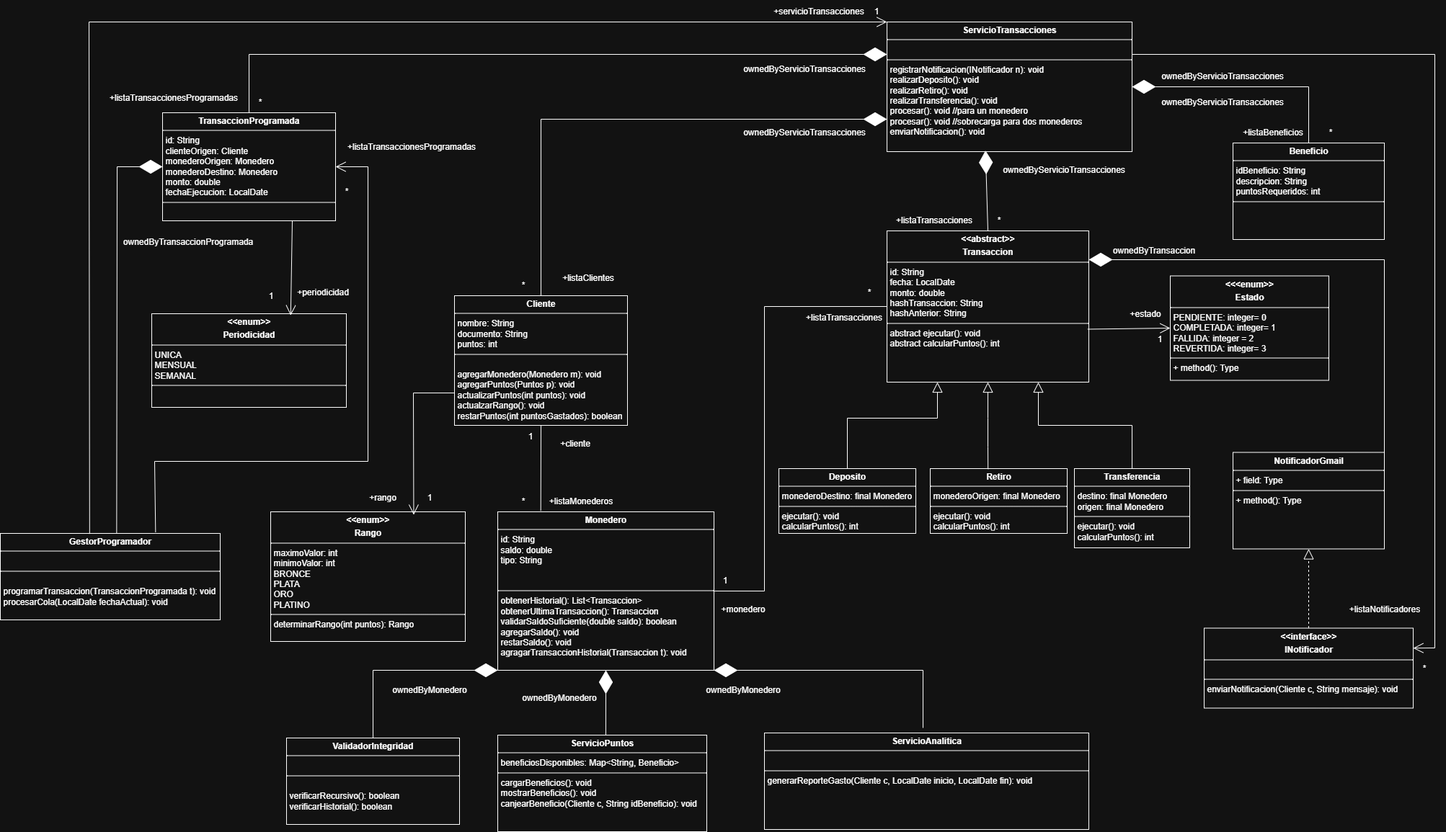
MiguelGarciaVilla/ProyectoFinalMonedero keeps this draw.io diagram as Diagrama UML.png. Above is the earlier version. Source tidied: cells renumbered, new cells last; positions are measured from the earlier drawing's top-left corner, leaving out a move shared by most shapes.
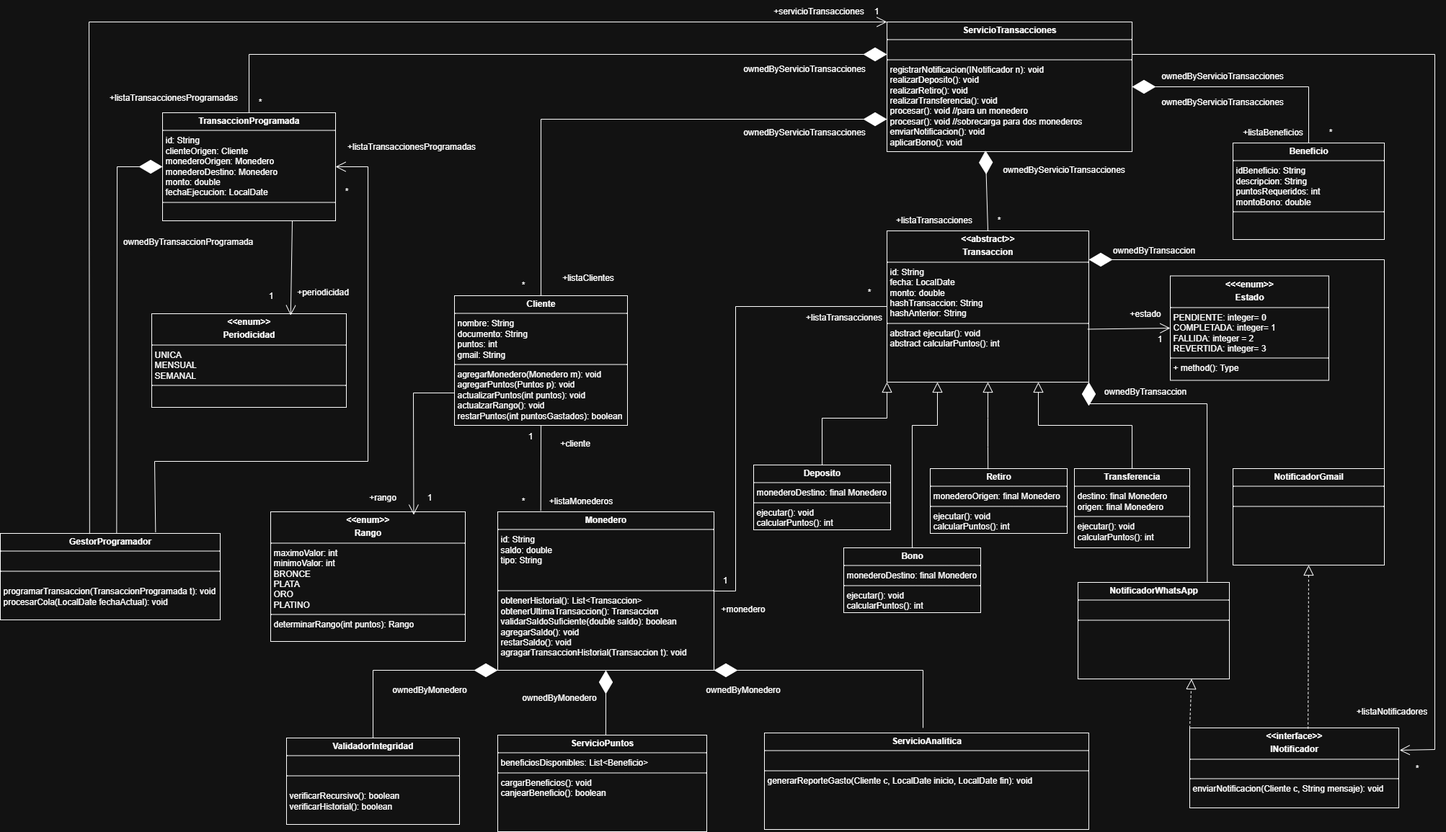
Above is the later version.

Diff of the diagram source:
```diff
@@ -4,6 +4,6 @@
     <mxCell id="1" parent="0" />
-    <mxCell id="2" value="&lt;p style=&quot;margin:0px;margin-top:4px;text-align:center;&quot;&gt;&lt;b&gt;ServicioTransacciones&lt;/b&gt;&lt;/p&gt;&lt;hr size=&quot;1&quot; style=&quot;border-style:solid;&quot;&gt;&lt;p style=&quot;margin:0px;margin-left:4px;&quot;&gt;&lt;br&gt;&lt;/p&gt;&lt;hr size=&quot;1&quot; style=&quot;border-style:solid;&quot;&gt;&lt;p style=&quot;margin:0px;margin-left:4px;&quot;&gt;registrarNotificacion(INotificador n): void&lt;/p&gt;&lt;p style=&quot;margin:0px;margin-left:4px;&quot;&gt;realizarDeposito(): void&lt;/p&gt;&lt;p style=&quot;margin:0px;margin-left:4px;&quot;&gt;realizarRetiro(): void&lt;/p&gt;&lt;p style=&quot;margin:0px;margin-left:4px;&quot;&gt;realizarTransferencia(): void&lt;/p&gt;&lt;p style=&quot;margin:0px;margin-left:4px;&quot;&gt;procesar(): void //para un monedero&lt;/p&gt;&lt;p style=&quot;margin:0px;margin-left:4px;&quot;&gt;procesar(): void //sobrecarga para dos monederos&lt;/p&gt;&lt;p style=&quot;margin:0px;margin-left:4px;&quot;&gt;enviarNotificacion(): void&lt;/p&gt;&lt;p style=&quot;margin:0px;margin-left:4px;&quot;&gt;&lt;br&gt;&lt;/p&gt;" style="verticalAlign=top;align=left;overflow=fill;html=1;whiteSpace=wrap;" parent="1" vertex="1">
+    <mxCell id="2" value="&lt;p style=&quot;margin:0px;margin-top:4px;text-align:center;&quot;&gt;&lt;b&gt;ServicioTransacciones&lt;/b&gt;&lt;/p&gt;&lt;hr size=&quot;1&quot; style=&quot;border-style:solid;&quot;&gt;&lt;p style=&quot;margin:0px;margin-left:4px;&quot;&gt;&lt;br&gt;&lt;/p&gt;&lt;hr size=&quot;1&quot; style=&quot;border-style:solid;&quot;&gt;&lt;p style=&quot;margin:0px;margin-left:4px;&quot;&gt;registrarNotificacion(INotificador n): void&lt;/p&gt;&lt;p style=&quot;margin:0px;margin-left:4px;&quot;&gt;realizarDeposito(): void&lt;/p&gt;&lt;p style=&quot;margin:0px;margin-left:4px;&quot;&gt;realizarRetiro(): void&lt;/p&gt;&lt;p style=&quot;margin:0px;margin-left:4px;&quot;&gt;realizarTransferencia(): void&lt;/p&gt;&lt;p style=&quot;margin:0px;margin-left:4px;&quot;&gt;procesar(): void //para un monedero&lt;/p&gt;&lt;p style=&quot;margin:0px;margin-left:4px;&quot;&gt;procesar(): void //sobrecarga para dos monederos&lt;/p&gt;&lt;p style=&quot;margin:0px;margin-left:4px;&quot;&gt;enviarNotificacion(): void&lt;/p&gt;&lt;p style=&quot;margin:0px;margin-left:4px;&quot;&gt;aplicarBono(): void&lt;/p&gt;&lt;p style=&quot;margin:0px;margin-left:4px;&quot;&gt;&lt;br&gt;&lt;/p&gt;" style="verticalAlign=top;align=left;overflow=fill;html=1;whiteSpace=wrap;" parent="1" vertex="1">
       <mxGeometry x="1230" y="30" width="340" height="180" as="geometry" />
     </mxCell>
-    <mxCell id="3" value="&lt;p style=&quot;margin:0px;margin-top:4px;text-align:center;&quot;&gt;&lt;b&gt;Cliente&lt;/b&gt;&lt;/p&gt;&lt;hr size=&quot;1&quot; style=&quot;border-style:solid;&quot;&gt;&lt;p style=&quot;margin:0px;margin-left:4px;&quot;&gt;nombre: String&lt;/p&gt;&lt;p style=&quot;margin:0px;margin-left:4px;&quot;&gt;documento: String&lt;/p&gt;&lt;p style=&quot;margin:0px;margin-left:4px;&quot;&gt;puntos: int&lt;/p&gt;&lt;hr size=&quot;1&quot; style=&quot;border-style:solid;&quot;&gt;&lt;p style=&quot;margin:0px;margin-left:4px;&quot;&gt;&lt;br&gt;&lt;/p&gt;&lt;p style=&quot;margin:0px;margin-left:4px;&quot;&gt;agregarMonedero(Monedero m): void&lt;/p&gt;&lt;p style=&quot;margin:0px;margin-left:4px;&quot;&gt;agregarPuntos(Puntos p): void&lt;/p&gt;&lt;p style=&quot;margin:0px;margin-left:4px;&quot;&gt;actualizarPuntos(int puntos): void&lt;/p&gt;&lt;p style=&quot;margin:0px;margin-left:4px;&quot;&gt;actualzarRango(): void&lt;/p&gt;&lt;p style=&quot;margin:0px;margin-left:4px;&quot;&gt;restarPuntos(int puntosGastados): boolean&amp;nbsp;&lt;/p&gt;&lt;p style=&quot;margin:0px;margin-left:4px;&quot;&gt;&lt;br&gt;&lt;/p&gt;" style="verticalAlign=top;align=left;overflow=fill;html=1;whiteSpace=wrap;" parent="1" vertex="1">
+    <mxCell id="3" value="&lt;p style=&quot;margin:0px;margin-top:4px;text-align:center;&quot;&gt;&lt;b&gt;Cliente&lt;/b&gt;&lt;/p&gt;&lt;hr size=&quot;1&quot; style=&quot;border-style:solid;&quot;&gt;&lt;p style=&quot;margin:0px;margin-left:4px;&quot;&gt;nombre: String&lt;/p&gt;&lt;p style=&quot;margin:0px;margin-left:4px;&quot;&gt;documento: String&lt;/p&gt;&lt;p style=&quot;margin:0px;margin-left:4px;&quot;&gt;puntos: int&lt;/p&gt;&lt;p style=&quot;margin:0px;margin-left:4px;&quot;&gt;gmail: String&lt;/p&gt;&lt;hr size=&quot;1&quot; style=&quot;border-style:solid;&quot;&gt;&lt;p style=&quot;margin:0px;margin-left:4px;&quot;&gt;&lt;span style=&quot;background-color: transparent; color: light-dark(rgb(0, 0, 0), rgb(255, 255, 255));&quot;&gt;agregarMonedero(Monedero m): void&lt;/span&gt;&lt;/p&gt;&lt;p style=&quot;margin:0px;margin-left:4px;&quot;&gt;agregarPuntos(Puntos p): void&lt;/p&gt;&lt;p style=&quot;margin:0px;margin-left:4px;&quot;&gt;actualizarPuntos(int puntos): void&lt;/p&gt;&lt;p style=&quot;margin:0px;margin-left:4px;&quot;&gt;actualzarRango(): void&lt;/p&gt;&lt;p style=&quot;margin:0px;margin-left:4px;&quot;&gt;restarPuntos(int puntosGastados): boolean&amp;nbsp;&lt;/p&gt;&lt;p style=&quot;margin:0px;margin-left:4px;&quot;&gt;&lt;br&gt;&lt;/p&gt;" style="verticalAlign=top;align=left;overflow=fill;html=1;whiteSpace=wrap;" parent="1" vertex="1">
       <mxGeometry x="630" y="410" width="240" height="180" as="geometry" />
@@ -23,3 +23,3 @@
     <mxCell id="8" value="&lt;p style=&quot;margin:0px;margin-top:4px;text-align:center;&quot;&gt;&lt;b&gt;Deposito&lt;/b&gt;&lt;/p&gt;&lt;hr size=&quot;1&quot; style=&quot;border-style:solid;&quot;&gt;&lt;p style=&quot;margin:0px;margin-left:4px;&quot;&gt;monederoDestino: final Monedero&lt;/p&gt;&lt;hr size=&quot;1&quot; style=&quot;border-style:solid;&quot;&gt;&lt;p style=&quot;margin:0px;margin-left:4px;&quot;&gt;ejecutar(): void&lt;/p&gt;&lt;p style=&quot;margin:0px;margin-left:4px;&quot;&gt;calcularPuntos(): int&lt;/p&gt;" style="verticalAlign=top;align=left;overflow=fill;html=1;whiteSpace=wrap;" parent="1" vertex="1">
-      <mxGeometry x="1080" y="650" width="190" height="90" as="geometry" />
+      <mxGeometry x="1045" y="645" width="190" height="90" as="geometry" />
     </mxCell>
@@ -34,7 +34,7 @@
     </mxCell>
-    <mxCell id="12" style="endArrow=block;endFill=0;endSize=12;html=1;rounded=0;entryX=0.25;entryY=1;entryDx=0;entryDy=0;exitX=0.5;exitY=0;exitDx=0;exitDy=0;" parent="1" edge="1" source="8" target="4">
+    <mxCell id="12" style="endArrow=block;endFill=0;endSize=12;html=1;rounded=0;entryX=0;entryY=1;entryDx=0;entryDy=0;exitX=0.5;exitY=0;exitDx=0;exitDy=0;" parent="1" edge="1" source="8" target="4">
       <mxGeometry relative="1" as="geometry">
         <Array as="points">
-          <mxPoint x="1175" y="580" />
-          <mxPoint x="1300" y="580" />
+          <mxPoint x="1140" y="580" />
+          <mxPoint x="1230" y="580" />
         </Array>
@@ -95,4 +95,4 @@
         <Array as="points">
-          <mxPoint x="1060" y="820" />
-          <mxPoint x="1060" y="425" />
+          <mxPoint x="1020" y="820" />
+          <mxPoint x="1020" y="425" />
         </Array>
@@ -112,12 +112,12 @@
     </mxCell>
-    <mxCell id="30" value="&lt;p style=&quot;margin:0px;margin-top:4px;text-align:center;&quot;&gt;&lt;b&gt;NotificadorGmail&lt;/b&gt;&lt;/p&gt;&lt;hr size=&quot;1&quot; style=&quot;border-style:solid;&quot;&gt;&lt;p style=&quot;margin:0px;margin-left:4px;&quot;&gt;+ field: Type&lt;/p&gt;&lt;hr size=&quot;1&quot; style=&quot;border-style:solid;&quot;&gt;&lt;p style=&quot;margin:0px;margin-left:4px;&quot;&gt;+ method(): Type&lt;/p&gt;" style="verticalAlign=top;align=left;overflow=fill;html=1;whiteSpace=wrap;" parent="1" vertex="1">
-      <mxGeometry x="1710" y="627.5" width="210" height="134" as="geometry" />
+    <mxCell id="30" value="&lt;p style=&quot;margin:0px;margin-top:4px;text-align:center;&quot;&gt;&lt;b&gt;NotificadorGmail&lt;/b&gt;&lt;/p&gt;&lt;hr size=&quot;1&quot; style=&quot;border-style:solid;&quot;&gt;&lt;p style=&quot;margin:0px;margin-left:4px;&quot;&gt;&lt;br&gt;&lt;/p&gt;&lt;hr size=&quot;1&quot; style=&quot;border-style:solid;&quot;&gt;&lt;p style=&quot;margin:0px;margin-left:4px;&quot;&gt;&lt;br&gt;&lt;/p&gt;" style="verticalAlign=top;align=left;overflow=fill;html=1;whiteSpace=wrap;" parent="1" vertex="1">
+      <mxGeometry x="1710" y="650" width="210" height="134" as="geometry" />
     </mxCell>
     <mxCell id="31" value="&lt;p style=&quot;margin:0px;margin-top:4px;text-align:center;&quot;&gt;&lt;b&gt;&amp;lt;&amp;lt;interface&amp;gt;&amp;gt;&lt;/b&gt;&lt;/p&gt;&lt;p style=&quot;margin:0px;margin-top:4px;text-align:center;&quot;&gt;&lt;b&gt;INotificador&lt;/b&gt;&lt;/p&gt;&lt;hr size=&quot;1&quot; style=&quot;border-style:solid;&quot;&gt;&lt;p style=&quot;margin:0px;margin-left:4px;&quot;&gt;&lt;br&gt;&lt;/p&gt;&lt;hr size=&quot;1&quot; style=&quot;border-style:solid;&quot;&gt;&lt;p style=&quot;margin:0px;margin-left:4px;&quot;&gt;enviarNotificacion(Cliente c, String mensaje): void&lt;/p&gt;" style="verticalAlign=top;align=left;overflow=fill;html=1;whiteSpace=wrap;" parent="1" vertex="1">
-      <mxGeometry x="1670" y="871.5" width="290" height="111" as="geometry" />
+      <mxGeometry x="1650" y="1010" width="290" height="111" as="geometry" />
     </mxCell>
-    <mxCell id="32" style="endArrow=block;endFill=0;endSize=12;html=1;rounded=0;entryX=0.5;entryY=1;entryDx=0;entryDy=0;exitX=0.5;exitY=0;exitDx=0;exitDy=0;dashed=1;" parent="1" edge="1" source="31" target="30">
+    <mxCell id="32" style="endArrow=block;endFill=0;endSize=12;html=1;rounded=0;entryX=0.5;entryY=1;entryDx=0;entryDy=0;dashed=1;exitX=0.566;exitY=0.01;exitDx=0;exitDy=0;exitPerimeter=0;" parent="1" edge="1" source="31" target="30">
       <mxGeometry relative="1" as="geometry" />
     </mxCell>
-    <mxCell id="33" style="endArrow=open;endFill=1;endSize=12;html=1;rounded=0;entryX=1;entryY=0.25;entryDx=0;entryDy=0;exitX=1;exitY=0.25;exitDx=0;exitDy=0;startArrow=none;startFill=0;startSize=30;" parent="1" edge="1" source="2" target="31">
+    <mxCell id="33" style="endArrow=open;endFill=1;endSize=12;html=1;rounded=0;entryX=1.004;entryY=0.279;entryDx=0;entryDy=0;exitX=1;exitY=0.25;exitDx=0;exitDy=0;startArrow=none;startFill=0;startSize=30;entryPerimeter=0;" parent="1" edge="1" source="2" target="31">
       <mxGeometry relative="1" as="geometry">
@@ -125,3 +125,3 @@
           <mxPoint x="1990" y="75" />
-          <mxPoint x="1990" y="899" />
+          <mxPoint x="1990" y="1040" />
         </Array>
@@ -130,6 +130,6 @@
     <mxCell id="34" value="+listaNotificadores" style="text;html=1;align=center;verticalAlign=middle;strokeColor=none;fillColor=none;" parent="1" vertex="1">
-      <mxGeometry x="1860" y="830" width="120" height="30" as="geometry" />
+      <mxGeometry x="1870" y="972" width="120" height="30" as="geometry" />
     </mxCell>
     <mxCell id="35" value="*" style="text;html=1;align=center;verticalAlign=middle;strokeColor=none;fillColor=none;" parent="1" vertex="1">
-      <mxGeometry x="1960" y="912" width="30" height="30" as="geometry" />
+      <mxGeometry x="1950" y="1050.5" width="30" height="30" as="geometry" />
     </mxCell>
@@ -138,6 +138,6 @@
     </mxCell>
-    <mxCell id="37" value="&lt;p style=&quot;margin:0px;margin-top:4px;text-align:center;&quot;&gt;&lt;b&gt;Beneficio&lt;/b&gt;&lt;/p&gt;&lt;hr size=&quot;1&quot; style=&quot;border-style:solid;&quot;&gt;&lt;p style=&quot;margin:0px;margin-left:4px;&quot;&gt;idBeneficio: String&lt;/p&gt;&lt;p style=&quot;margin:0px;margin-left:4px;&quot;&gt;descripcion: String&lt;/p&gt;&lt;p style=&quot;margin:0px;margin-left:4px;&quot;&gt;puntosRequeridos: int&lt;/p&gt;&lt;hr size=&quot;1&quot; style=&quot;border-style:solid;&quot;&gt;&lt;p style=&quot;margin:0px;margin-left:4px;&quot;&gt;&lt;br&gt;&lt;/p&gt;" style="verticalAlign=top;align=left;overflow=fill;html=1;whiteSpace=wrap;" parent="1" vertex="1">
+    <mxCell id="37" value="&lt;p style=&quot;margin:0px;margin-top:4px;text-align:center;&quot;&gt;&lt;b&gt;Beneficio&lt;/b&gt;&lt;/p&gt;&lt;hr size=&quot;1&quot; style=&quot;border-style:solid;&quot;&gt;&lt;p style=&quot;margin:0px;margin-left:4px;&quot;&gt;idBeneficio: String&lt;/p&gt;&lt;p style=&quot;margin:0px;margin-left:4px;&quot;&gt;descripcion: String&lt;/p&gt;&lt;p style=&quot;margin:0px;margin-left:4px;&quot;&gt;puntosRequeridos: int&lt;/p&gt;&lt;p style=&quot;margin:0px;margin-left:4px;&quot;&gt;montoBono: double&lt;/p&gt;&lt;hr size=&quot;1&quot; style=&quot;border-style:solid;&quot;&gt;&lt;p style=&quot;margin:0px;margin-left:4px;&quot;&gt;&lt;br&gt;&lt;/p&gt;" style="verticalAlign=top;align=left;overflow=fill;html=1;whiteSpace=wrap;" parent="1" vertex="1">
       <mxGeometry x="1710" y="198" width="210" height="134" as="geometry" />
     </mxCell>
-    <mxCell id="38" value="&lt;p style=&quot;margin:0px;margin-top:4px;text-align:center;&quot;&gt;&lt;b&gt;ServicioPuntos&lt;/b&gt;&lt;/p&gt;&lt;hr size=&quot;1&quot; style=&quot;border-style:solid;&quot;&gt;&lt;p style=&quot;margin:0px;margin-left:4px;&quot;&gt;beneficiosDisponibles: Map&amp;lt;String, Beneficio&amp;gt;&lt;/p&gt;&lt;hr size=&quot;1&quot; style=&quot;border-style:solid;&quot;&gt;&lt;p style=&quot;margin:0px;margin-left:4px;&quot;&gt;cargarBeneficios(): void&lt;/p&gt;&lt;p style=&quot;margin:0px;margin-left:4px;&quot;&gt;mostrarBeneficios(): void&lt;/p&gt;&lt;p style=&quot;margin:0px;margin-left:4px;&quot;&gt;canjearBeneficio(Cliente c, String idBeneficio): void&lt;/p&gt;&lt;p style=&quot;margin:0px;margin-left:4px;&quot;&gt;&lt;br&gt;&lt;/p&gt;" style="verticalAlign=top;align=left;overflow=fill;html=1;whiteSpace=wrap;" parent="1" vertex="1">
+    <mxCell id="38" value="&lt;p style=&quot;margin:0px;margin-top:4px;text-align:center;&quot;&gt;&lt;b&gt;ServicioPuntos&lt;/b&gt;&lt;/p&gt;&lt;hr size=&quot;1&quot; style=&quot;border-style:solid;&quot;&gt;&lt;p style=&quot;margin:0px;margin-left:4px;&quot;&gt;beneficiosDisponibles: List&amp;lt;Beneficio&amp;gt;&lt;/p&gt;&lt;hr size=&quot;1&quot; style=&quot;border-style:solid;&quot;&gt;&lt;p style=&quot;margin:0px;margin-left:4px;&quot;&gt;cargarBeneficios(): void&lt;/p&gt;&lt;p style=&quot;margin:0px;margin-left:4px;&quot;&gt;canjearBeneficio(): boolean&lt;/p&gt;&lt;p style=&quot;margin:0px;margin-left:4px;&quot;&gt;&lt;br&gt;&lt;/p&gt;" style="verticalAlign=top;align=left;overflow=fill;html=1;whiteSpace=wrap;" parent="1" vertex="1">
       <mxGeometry x="690" y="1020" width="290" height="134" as="geometry" />
@@ -305,2 +305,30 @@
     </mxCell>
+    <mxCell id="79" value="&lt;p style=&quot;margin:0px;margin-top:4px;text-align:center;&quot;&gt;&lt;b&gt;NotificadorWhatsApp&lt;/b&gt;&lt;/p&gt;&lt;hr size=&quot;1&quot; style=&quot;border-style:solid;&quot;&gt;&lt;p style=&quot;margin:0px;margin-left:4px;&quot;&gt;&lt;br&gt;&lt;/p&gt;&lt;hr size=&quot;1&quot; style=&quot;border-style:solid;&quot;&gt;&lt;p style=&quot;margin:0px;margin-left:4px;&quot;&gt;&lt;br&gt;&lt;/p&gt;" style="verticalAlign=top;align=left;overflow=fill;html=1;whiteSpace=wrap;" parent="1" vertex="1">
+      <mxGeometry x="1495" y="808" width="210" height="134" as="geometry" />
+    </mxCell>
+    <mxCell id="80" style="endArrow=diamondThin;endFill=1;endSize=30;html=1;rounded=0;exitX=0.854;exitY=0.002;exitDx=0;exitDy=0;entryX=1;entryY=1;entryDx=0;entryDy=0;exitPerimeter=0;" parent="1" edge="1" source="79" target="4">
+      <mxGeometry relative="1" as="geometry">
+        <Array as="points">
+          <mxPoint x="1674" y="560" />
+          <mxPoint x="1510" y="560" />
+        </Array>
+      </mxGeometry>
+    </mxCell>
+    <mxCell id="81" value="ownedByTransaccion" style="text;html=1;align=center;verticalAlign=middle;strokeColor=none;fillColor=none;" parent="1" vertex="1">
+      <mxGeometry x="1518" y="527.5" width="140" height="30" as="geometry" />
+    </mxCell>
+    <mxCell id="82" style="endArrow=block;endFill=0;endSize=12;html=1;rounded=0;entryX=0.75;entryY=1;entryDx=0;entryDy=0;exitX=0;exitY=0;exitDx=0;exitDy=0;dashed=1;" parent="1" edge="1" source="31" target="79">
+      <mxGeometry relative="1" as="geometry" />
+    </mxCell>
+    <mxCell id="83" value="&lt;p style=&quot;margin:0px;margin-top:4px;text-align:center;&quot;&gt;&lt;b&gt;Bono&lt;/b&gt;&lt;/p&gt;&lt;hr size=&quot;1&quot; style=&quot;border-style:solid;&quot;&gt;&lt;p style=&quot;margin:0px;margin-left:4px;&quot;&gt;monederoDestino: final Monedero&lt;/p&gt;&lt;hr size=&quot;1&quot; style=&quot;border-style:solid;&quot;&gt;&lt;p style=&quot;margin:0px;margin-left:4px;&quot;&gt;ejecutar(): void&lt;/p&gt;&lt;p style=&quot;margin:0px;margin-left:4px;&quot;&gt;calcularPuntos(): int&lt;/p&gt;" style="verticalAlign=top;align=left;overflow=fill;html=1;whiteSpace=wrap;" parent="1" vertex="1">
+      <mxGeometry x="1170" y="760" width="190" height="90" as="geometry" />
+    </mxCell>
+    <mxCell id="84" style="endArrow=block;endFill=0;endSize=12;html=1;rounded=0;entryX=0.25;entryY=1;entryDx=0;entryDy=0;exitX=0.5;exitY=0;exitDx=0;exitDy=0;" parent="1" edge="1" source="83" target="4">
+      <mxGeometry relative="1" as="geometry">
+        <Array as="points">
+          <mxPoint x="1265" y="590" />
+          <mxPoint x="1300" y="590" />
+        </Array>
+      </mxGeometry>
+    </mxCell>
   </root>
```
